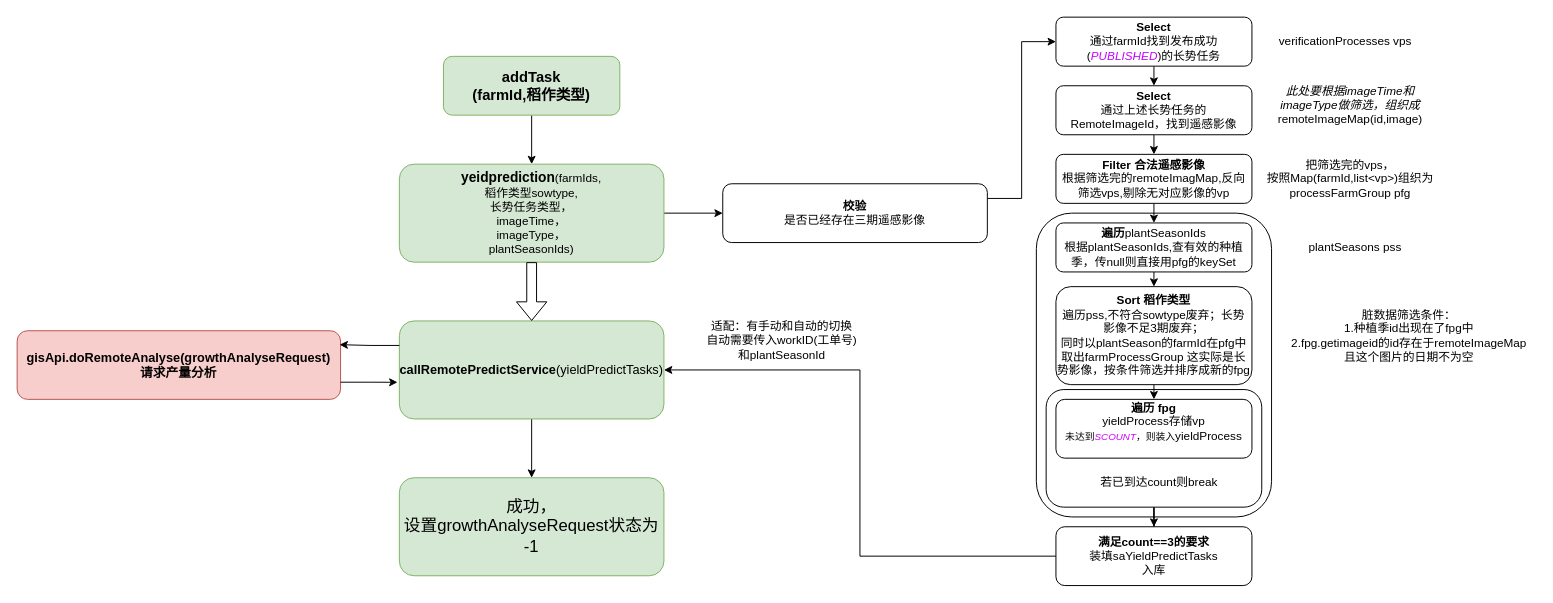
RK-JD/DrawIO keeps this draw.io diagram as 产量预估.drawio. Above is the earlier version. Source tidied: cells renumbered, new cells numbered last; positions are measured from the earlier drawing's top-left corner, leaving out a move shared by most shapes. Both pictures are drawn from the tidied source at 98%, with x=0, y=0 at pixel (17, 17).
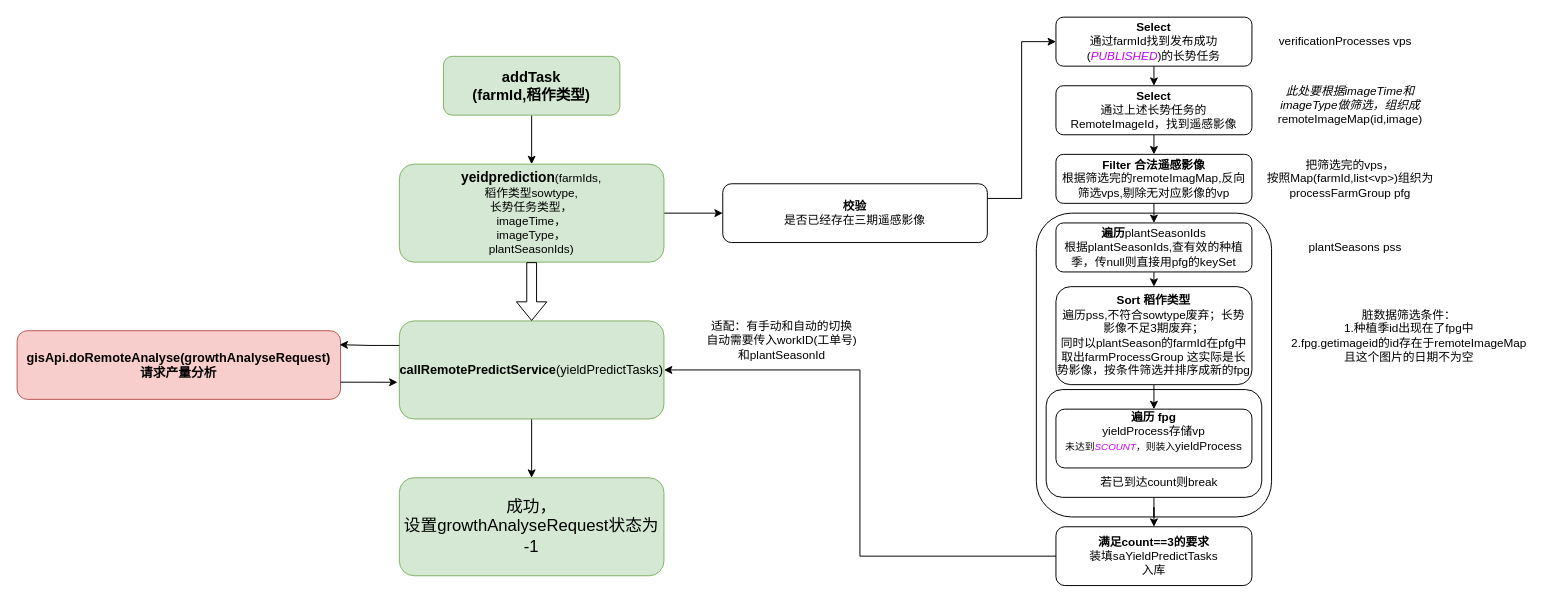
The same page after the edit.

Commit message:
更新产量预估.drawio

Diff of the diagram source:
```diff
@@
-    <mxCell id="2" style="rounded=1;whiteSpace=wrap;html=1;" parent="1" vertex="1">
+    <mxCell id="2" style="rounded=1;whiteSpace=wrap;html=1;glass=0;shadow=0;" parent="1" vertex="1">
       <mxGeometry x="1040" y="200" width="240" height="310" as="geometry" />
     </mxCell>
@@
-    <mxCell id="4" style="rounded=1;whiteSpace=wrap;html=1;" parent="1" vertex="1">
-      <mxGeometry x="1050" y="380" width="220" height="120" as="geometry" />
+    <mxCell id="4" style="rounded=1;whiteSpace=wrap;html=1;glass=0;perimeterSpacing=0;" parent="1" vertex="1">
+      <mxGeometry x="1050" y="380" width="220" height="110" as="geometry" />
     </mxCell>
@@
     <mxCell id="26" value="&lt;b&gt;遍历 fpg&lt;/b&gt;&lt;br&gt;&lt;div&gt;yieldProcess存储vp&lt;br&gt;&lt;font size=&quot;1&quot;&gt;&lt;span style=&quot;font-size: 10px;&quot;&gt;未达到&lt;/span&gt;&lt;i style=&quot;color: rgb(212, 0, 255); font-size: 10px;&quot;&gt;SCOUNT&lt;/i&gt;&lt;span style=&quot;font-size: 10px;&quot;&gt;，则装入&lt;/span&gt;&lt;/font&gt;&lt;span style=&quot;background-color: initial;&quot;&gt;yieldProcess&lt;/span&gt;&lt;/div&gt;&lt;div&gt;&lt;br&gt;&lt;/div&gt;" style="rounded=1;whiteSpace=wrap;html=1;" parent="1" vertex="1">
-      <mxGeometry x="1060" y="390" width="200" height="60" as="geometry" />
+      <mxGeometry x="1060" y="400" width="200" height="60" as="geometry" />
     </mxCell>
```
